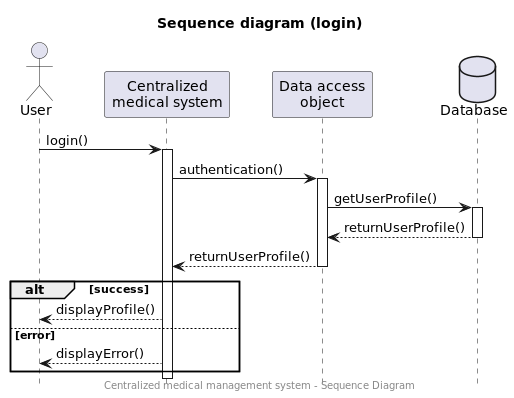
This is Models/pngs/SequenceDiagram-login.png from AmineSdi/PROJET_JAVAFX, a PlantUML export, as it was before one commit.
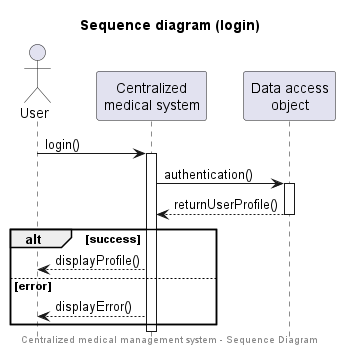
After the change.

The edit, as a diff of the source:
```diff
@@ -5,16 +5,12 @@
 actor "User" as U
 participant "Centralized\nmedical system" as S
 participant "Data access\nobject" as D
-database Database as DB
 
 U -> S: login()
 activate S
 S -> D: authentication()
 activate D
-D -> DB: getUserProfile()
-activate DB
-D <-- DB:returnUserProfile()
-deactivate DB
+
 D --> S: returnUserProfile()
 deactivate D
 alt success
```
